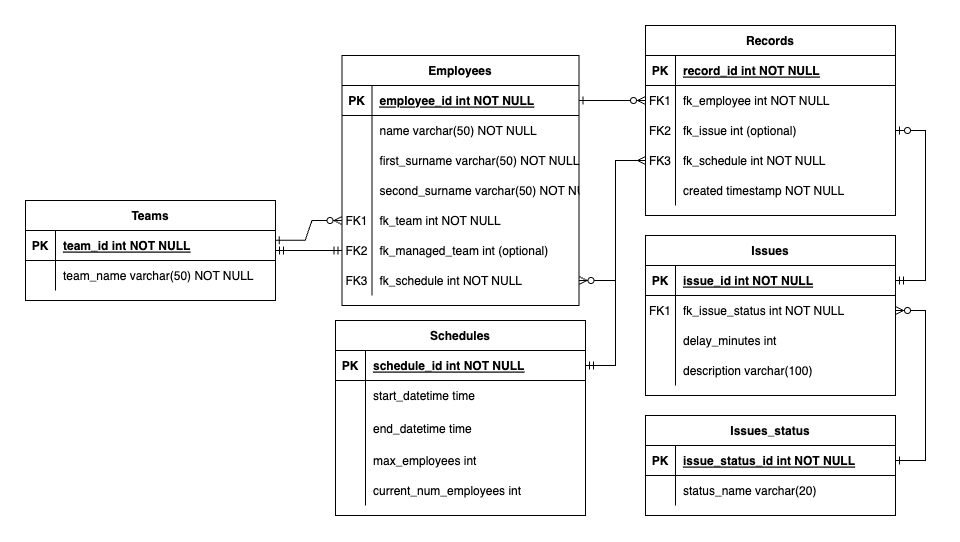
Before: images/schedule-whiz-db.png, a diagram exported from draw.io (uma-dev/schedule-whiz). Source tidied: cells renumbered, new cells last; positions are measured from the earlier drawing's top-left corner, leaving out a move shared by most shapes.
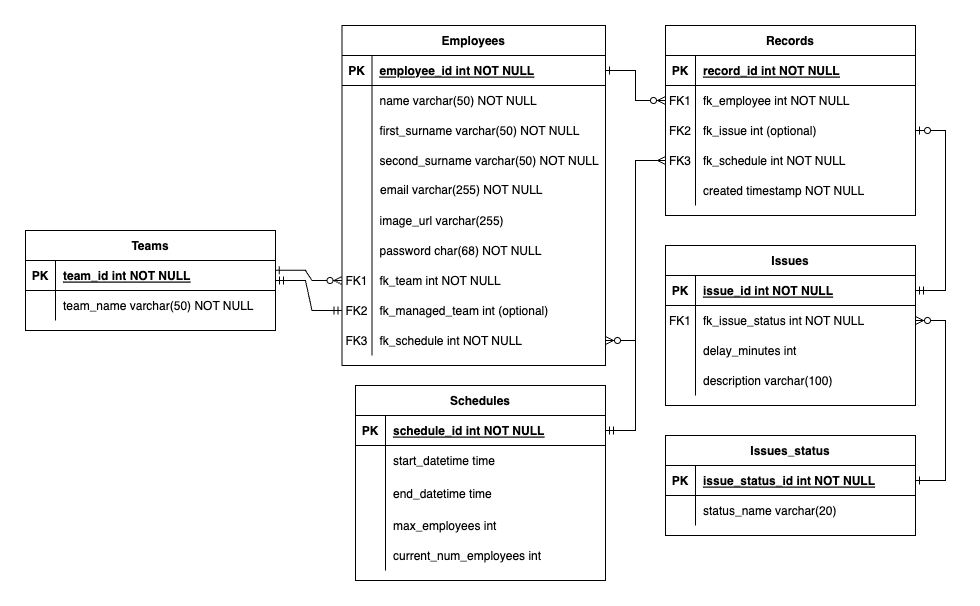
Later version of the same file.

Commit message:
Updated DB schema and DDL

What changed in the source:
```diff
@@ -3,7 +3,7 @@
     <mxCell id="0" />
     <mxCell id="1" parent="0" />
     <mxCell id="2" value="Records" style="shape=table;startSize=30;rowLines=0;fontStyle=1;align=center;labelBackgroundColor=none;rounded=0;" parent="1" vertex="1">
-      <mxGeometry x="620" width="250" height="190" as="geometry" />
+      <mxGeometry x="620" y="30" width="250" height="190" as="geometry" />
     </mxCell>
     <mxCell id="3" style="shape=partialRectangle;fillColor=none;top=0;left=0;right=0;bottom=1;labelBackgroundColor=none;rounded=0;" parent="2" vertex="1">
       <mxGeometry y="30" width="250" height="30" as="geometry" />
@@ -51,7 +51,7 @@
       <mxGeometry x="30" width="220" height="30" as="geometry" />
     </mxCell>
     <mxCell id="18" value="Teams" style="shape=table;startSize=30;rowLines=0;fontStyle=1;align=center;labelBackgroundColor=none;rounded=0;" parent="1" vertex="1">
-      <mxGeometry y="175" width="250" height="100" as="geometry" />
+      <mxGeometry x="-20" y="235" width="250" height="100" as="geometry" />
     </mxCell>
     <mxCell id="19" style="shape=partialRectangle;fillColor=none;points=[[0,0.5],[1,0.5]];portConstraint=eastwest;top=0;left=0;right=0;bottom=1;labelBackgroundColor=none;rounded=0;" parent="18" vertex="1">
       <mxGeometry y="30" width="250" height="30" as="geometry" />
@@ -72,73 +72,100 @@
       <mxGeometry x="30" width="220" height="30" as="geometry" />
     </mxCell>
     <mxCell id="25" value="Employees" style="shape=table;startSize=30;rowLines=0;fontStyle=1;align=center;labelBackgroundColor=none;rounded=0;" parent="1" vertex="1">
-      <mxGeometry x="316.5" y="30" width="237" height="250" as="geometry" />
+      <mxGeometry x="296.5" y="30" width="263.5" height="340" as="geometry" />
     </mxCell>
     <mxCell id="26" style="shape=partialRectangle;fillColor=none;points=[[0,0.5],[1,0.5]];portConstraint=eastwest;top=0;left=0;right=0;bottom=1;labelBackgroundColor=none;rounded=0;" parent="25" vertex="1">
-      <mxGeometry y="30" width="237" height="30" as="geometry" />
+      <mxGeometry y="30" width="263.5" height="30" as="geometry" />
     </mxCell>
     <mxCell id="27" value="PK" style="shape=partialRectangle;overflow=hidden;fillColor=none;top=0;left=0;bottom=0;right=0;fontStyle=1;labelBackgroundColor=none;rounded=0;" parent="26" vertex="1">
       <mxGeometry width="30" height="30" as="geometry" />
     </mxCell>
     <mxCell id="28" value="employee_id int NOT NULL " style="shape=partialRectangle;overflow=hidden;fillColor=none;top=0;left=0;bottom=0;right=0;align=left;spacingLeft=6;fontStyle=5;labelBackgroundColor=none;rounded=0;" parent="26" vertex="1">
-      <mxGeometry x="30" width="207" height="30" as="geometry" />
+      <mxGeometry x="30" width="233.5" height="30" as="geometry" />
     </mxCell>
     <mxCell id="29" style="shape=partialRectangle;fillColor=none;top=0;left=0;right=0;bottom=0;labelBackgroundColor=none;rounded=0;" parent="25" vertex="1">
-      <mxGeometry y="60" width="237" height="30" as="geometry" />
+      <mxGeometry y="60" width="263.5" height="30" as="geometry" />
     </mxCell>
     <mxCell id="30" style="shape=partialRectangle;overflow=hidden;fillColor=none;top=0;left=0;bottom=0;right=0;labelBackgroundColor=none;rounded=0;" parent="29" vertex="1">
       <mxGeometry width="30" height="30" as="geometry" />
     </mxCell>
     <mxCell id="31" value="name varchar(50) NOT NULL" style="shape=partialRectangle;overflow=hidden;fillColor=none;top=0;left=0;bottom=0;right=0;align=left;spacingLeft=6;labelBackgroundColor=none;rounded=0;" parent="29" vertex="1">
-      <mxGeometry x="30" width="207" height="30" as="geometry" />
+      <mxGeometry x="30" width="233.5" height="30" as="geometry" />
     </mxCell>
     <mxCell id="32" style="shape=partialRectangle;fillColor=none;top=0;left=0;right=0;bottom=0;labelBackgroundColor=none;rounded=0;" parent="25" vertex="1">
-      <mxGeometry y="90" width="237" height="30" as="geometry" />
+      <mxGeometry y="90" width="263.5" height="30" as="geometry" />
     </mxCell>
     <mxCell id="33" style="shape=partialRectangle;overflow=hidden;fillColor=none;top=0;left=0;bottom=0;right=0;labelBackgroundColor=none;rounded=0;" parent="32" vertex="1">
       <mxGeometry width="30" height="30" as="geometry" />
     </mxCell>
     <mxCell id="34" value="first_surname varchar(50) NOT NULL" style="shape=partialRectangle;overflow=hidden;fillColor=none;top=0;left=0;bottom=0;right=0;align=left;spacingLeft=6;labelBackgroundColor=none;rounded=0;" parent="32" vertex="1">
-      <mxGeometry x="30" width="207" height="30" as="geometry" />
+      <mxGeometry x="30" width="233.5" height="30" as="geometry" />
     </mxCell>
     <mxCell id="35" style="shape=partialRectangle;fillColor=none;top=0;left=0;right=0;bottom=0;labelBackgroundColor=none;rounded=0;" parent="25" vertex="1">
-      <mxGeometry y="120" width="237" height="30" as="geometry" />
+      <mxGeometry y="120" width="263.5" height="30" as="geometry" />
     </mxCell>
     <mxCell id="36" style="shape=partialRectangle;overflow=hidden;fillColor=none;top=0;left=0;bottom=0;right=0;labelBackgroundColor=none;rounded=0;" parent="35" vertex="1">
       <mxGeometry width="30" height="30" as="geometry" />
     </mxCell>
     <mxCell id="37" value="second_surname varchar(50) NOT NULL" style="shape=partialRectangle;overflow=hidden;fillColor=none;top=0;left=0;bottom=0;right=0;align=left;spacingLeft=6;labelBackgroundColor=none;rounded=0;" parent="35" vertex="1">
-      <mxGeometry x="30" width="207" height="30" as="geometry" />
+      <mxGeometry x="30" width="233.5" height="30" as="geometry" />
     </mxCell>
+    <mxCell id="90" style="shape=tableRow;horizontal=0;startSize=0;swimlaneHead=0;swimlaneBody=0;fillColor=none;top=0;left=0;right=0;bottom=0;" parent="25" vertex="1">
+      <mxGeometry y="150" width="263.5" height="30" as="geometry" />
+    </mxCell>
+    <mxCell id="91" style="shape=partialRectangle;fillColor=none;top=0;left=0;bottom=0;right=0;fontStyle=0;overflow=hidden;whiteSpace=wrap;html=1;" parent="90" vertex="1">
+      <mxGeometry width="30" height="30" as="geometry" />
+    </mxCell>
+    <mxCell id="92" value="email varchar(255) NOT NULL" style="shape=partialRectangle;fillColor=none;top=0;left=0;bottom=0;right=0;align=left;spacingLeft=6;fontStyle=0;overflow=hidden;whiteSpace=wrap;html=1;" parent="90" vertex="1">
+      <mxGeometry x="30" width="233.5" height="30" as="geometry" />
+    </mxCell>
+    <mxCell id="93" style="shape=tableRow;horizontal=0;startSize=0;swimlaneHead=0;swimlaneBody=0;fillColor=none;top=0;left=0;right=0;bottom=0;" parent="25" vertex="1">
+      <mxGeometry y="180" width="263.5" height="30" as="geometry" />
+    </mxCell>
+    <mxCell id="94" style="shape=partialRectangle;fillColor=none;top=0;left=0;bottom=0;right=0;overflow=hidden;" parent="93" vertex="1">
+      <mxGeometry width="30" height="30" as="geometry" />
+    </mxCell>
+    <mxCell id="95" value="image_url varchar(255)" style="shape=partialRectangle;fillColor=none;top=0;left=0;bottom=0;right=0;align=left;spacingLeft=6;overflow=hidden;" parent="93" vertex="1">
+      <mxGeometry x="30" width="233.5" height="30" as="geometry" />
+    </mxCell>
+    <mxCell id="96" style="shape=tableRow;horizontal=0;startSize=0;swimlaneHead=0;swimlaneBody=0;fillColor=none;top=0;left=0;right=0;bottom=0;" parent="25" vertex="1">
+      <mxGeometry y="210" width="263.5" height="30" as="geometry" />
+    </mxCell>
+    <mxCell id="97" style="shape=partialRectangle;fillColor=none;top=0;left=0;bottom=0;right=0;overflow=hidden;" parent="96" vertex="1">
+      <mxGeometry width="30" height="30" as="geometry" />
+    </mxCell>
+    <mxCell id="98" value="password char(68) NOT NULL" style="shape=partialRectangle;fillColor=none;top=0;left=0;bottom=0;right=0;align=left;spacingLeft=6;overflow=hidden;" parent="96" vertex="1">
+      <mxGeometry x="30" width="233.5" height="30" as="geometry" />
+    </mxCell>
     <mxCell id="38" style="shape=partialRectangle;fillColor=none;points=[[0,0.5],[1,0.5]];portConstraint=eastwest;top=0;left=0;right=0;bottom=0;labelBackgroundColor=none;rounded=0;" parent="25" vertex="1">
-      <mxGeometry y="150" width="237" height="30" as="geometry" />
+      <mxGeometry y="240" width="263.5" height="30" as="geometry" />
     </mxCell>
     <mxCell id="39" value="FK1" style="shape=partialRectangle;overflow=hidden;fillColor=none;top=0;left=0;bottom=0;right=0;labelBackgroundColor=none;rounded=0;" parent="38" vertex="1">
       <mxGeometry width="30" height="30" as="geometry" />
     </mxCell>
     <mxCell id="40" value="fk_team int NOT NULL" style="shape=partialRectangle;overflow=hidden;fillColor=none;top=0;left=0;bottom=0;right=0;align=left;spacingLeft=6;labelBackgroundColor=none;rounded=0;" parent="38" vertex="1">
-      <mxGeometry x="30" width="207" height="30" as="geometry" />
+      <mxGeometry x="30" width="233.5" height="30" as="geometry" />
     </mxCell>
     <mxCell id="41" style="shape=partialRectangle;fillColor=none;points=[[0,0.5],[1,0.5]];portConstraint=eastwest;top=0;left=0;right=0;bottom=0;labelBackgroundColor=none;rounded=0;" parent="25" vertex="1">
-      <mxGeometry y="180" width="237" height="30" as="geometry" />
+      <mxGeometry y="270" width="263.5" height="30" as="geometry" />
     </mxCell>
     <mxCell id="42" value="FK2" style="shape=partialRectangle;overflow=hidden;fillColor=none;top=0;left=0;bottom=0;right=0;labelBackgroundColor=none;rounded=0;" parent="41" vertex="1">
       <mxGeometry width="30" height="30" as="geometry" />
     </mxCell>
     <mxCell id="43" value="fk_managed_team int (optional)" style="shape=partialRectangle;overflow=hidden;fillColor=none;top=0;left=0;bottom=0;right=0;align=left;spacingLeft=6;labelBackgroundColor=none;rounded=0;" parent="41" vertex="1">
-      <mxGeometry x="30" width="207" height="30" as="geometry" />
+      <mxGeometry x="30" width="233.5" height="30" as="geometry" />
     </mxCell>
     <mxCell id="44" style="shape=partialRectangle;fillColor=none;points=[[0,0.5],[1,0.5]];portConstraint=eastwest;top=0;left=0;right=0;bottom=0;labelBackgroundColor=none;rounded=0;" parent="25" vertex="1">
-      <mxGeometry y="210" width="237" height="30" as="geometry" />
+      <mxGeometry y="300" width="263.5" height="30" as="geometry" />
     </mxCell>
     <mxCell id="45" value="FK3" style="shape=partialRectangle;overflow=hidden;fillColor=none;top=0;left=0;bottom=0;right=0;labelBackgroundColor=none;rounded=0;" parent="44" vertex="1">
       <mxGeometry width="30" height="30" as="geometry" />
     </mxCell>
     <mxCell id="46" value="fk_schedule int NOT NULL" style="shape=partialRectangle;overflow=hidden;fillColor=none;top=0;left=0;bottom=0;right=0;align=left;spacingLeft=6;labelBackgroundColor=none;rounded=0;" parent="44" vertex="1">
-      <mxGeometry x="30" width="207" height="30" as="geometry" />
+      <mxGeometry x="30" width="233.5" height="30" as="geometry" />
     </mxCell>
     <mxCell id="47" value="Schedules" style="shape=table;startSize=30;rowLines=0;fontStyle=1;align=center;labelBackgroundColor=none;rounded=0;" parent="1" vertex="1">
-      <mxGeometry x="310" y="295" width="250" height="195" as="geometry" />
+      <mxGeometry x="310" y="390" width="250" height="195" as="geometry" />
     </mxCell>
     <mxCell id="48" style="shape=partialRectangle;fillColor=none;points=[[0,0.5],[1,0.5]];portConstraint=eastwest;top=0;left=0;right=0;bottom=1;labelBackgroundColor=none;rounded=0;" parent="47" vertex="1">
       <mxGeometry y="30" width="250" height="30" as="geometry" />
@@ -200,7 +227,7 @@
       <mxGeometry relative="1" as="geometry" />
     </mxCell>
     <mxCell id="66" value="Issues" style="shape=table;startSize=30;rowLines=0;fontStyle=1;align=center;labelBackgroundColor=none;rounded=0;" parent="1" vertex="1">
-      <mxGeometry x="620" y="210" width="250" height="160" as="geometry" />
+      <mxGeometry x="620" y="250" width="250" height="160" as="geometry" />
     </mxCell>
     <mxCell id="67" style="shape=partialRectangle;fillColor=none;points=[[0,0.5],[1,0.5]];portConstraint=eastwest;top=0;left=0;right=0;bottom=1;labelBackgroundColor=none;rounded=0;" parent="66" vertex="1">
       <mxGeometry y="30" width="250" height="30" as="geometry" />
@@ -239,7 +266,7 @@
       <mxGeometry x="30" width="220" height="30" as="geometry" />
     </mxCell>
     <mxCell id="79" value="Issues_status" style="shape=table;startSize=30;rowLines=0;fontStyle=1;align=center;labelBackgroundColor=none;rounded=0;" parent="1" vertex="1">
-      <mxGeometry x="620" y="390" width="250" height="100" as="geometry" />
+      <mxGeometry x="620" y="440" width="250" height="100" as="geometry" />
     </mxCell>
     <mxCell id="80" style="shape=partialRectangle;fillColor=none;points=[[0,0.5],[1,0.5]];portConstraint=eastwest;top=0;left=0;right=0;bottom=1;labelBackgroundColor=none;rounded=0;" parent="79" vertex="1">
       <mxGeometry y="30" width="250" height="30" as="geometry" />
```
